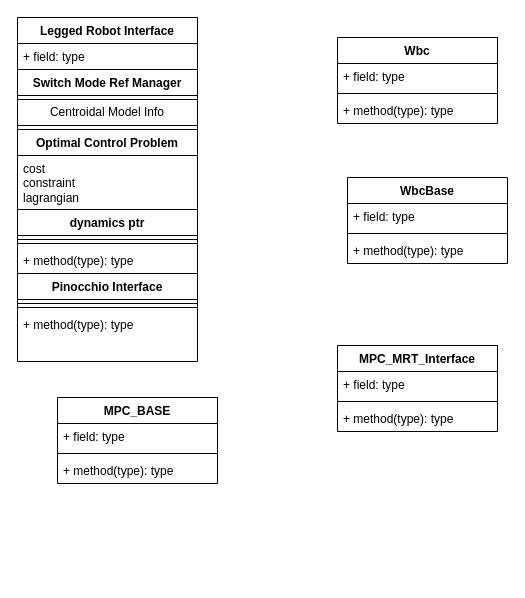
Earlier version of the draw.io diagram page "FSM_OCS2_LOCO" (6 of 6) of legged_software_low_level.drawio (BigBillZhao/legged_drawio). Source tidied: cells renumbered, new cells numbered last; positions are measured from the earlier drawing's top-left corner, leaving out a move shared by most shapes. Both pictures are drawn from the tidied source at 100%, with x=0, y=0 at pixel (17, 17).
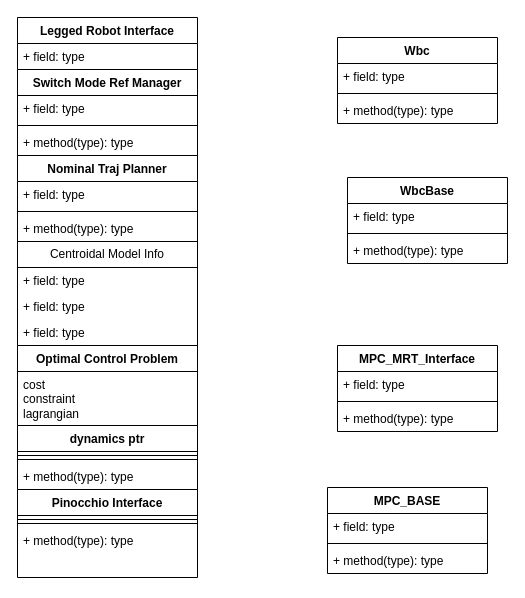
Above is the later version.

What changed in the source:
```diff
@@
     <mxCell id="2" value="Legged Robot Interface" style="swimlane;fontStyle=1;align=center;verticalAlign=top;horizontal=1;startSize=26;whiteSpace=wrap;html=1;" parent="1" vertex="1">
-      <mxGeometry width="180" height="344" as="geometry" />
+      <mxGeometry width="180" height="560" as="geometry" />
     </mxCell>
@@
-    <mxCell id="4" value="Switch Mode Ref Manager" style="swimlane;fontStyle=1;align=center;verticalAlign=top;horizontal=1;startSize=26;whiteSpace=wrap;html=1;" parent="2" vertex="1" collapsed="1">
-      <mxGeometry y="52" width="180" height="30" as="geometry" />
+    <mxCell id="4" value="Switch Mode Ref Manager" style="swimlane;fontStyle=1;align=center;verticalAlign=top;horizontal=1;startSize=26;whiteSpace=wrap;html=1;" parent="2" vertex="1">
+      <mxGeometry y="52" width="180" height="172" as="geometry" />
     </mxCell>
+    <mxCell id="30" value="+ field: type" style="text;strokeColor=none;fillColor=none;align=left;verticalAlign=top;spacingLeft=4;spacingRight=4;overflow=hidden;whiteSpace=wrap;html=1;" parent="4" vertex="1">
+      <mxGeometry y="26" width="180" height="26" as="geometry" />
+    </mxCell>
+    <mxCell id="31" style="line;strokeWidth=1;fillColor=none;align=left;verticalAlign=middle;spacingTop=-1;spacingLeft=3;spacingRight=3;labelPosition=right;strokeColor=inherit;" parent="4" vertex="1">
+      <mxGeometry y="52" width="180" height="8" as="geometry" />
+    </mxCell>
+    <mxCell id="32" value="+ method(type): type" style="text;strokeColor=none;fillColor=none;align=left;verticalAlign=top;spacingLeft=4;spacingRight=4;overflow=hidden;whiteSpace=wrap;html=1;" parent="4" vertex="1">
+      <mxGeometry y="60" width="180" height="26" as="geometry" />
+    </mxCell>
+    <mxCell id="33" value="Nominal Traj Planner" style="swimlane;fontStyle=1;align=center;verticalAlign=top;horizontal=1;startSize=26;whiteSpace=wrap;html=1;" parent="4" vertex="1">
+      <mxGeometry y="86" width="180" height="86" as="geometry" />
+    </mxCell>
+    <mxCell id="34" value="+ field: type" style="text;strokeColor=none;fillColor=none;align=left;verticalAlign=top;spacingLeft=4;spacingRight=4;overflow=hidden;whiteSpace=wrap;html=1;" parent="33" vertex="1">
+      <mxGeometry y="26" width="180" height="26" as="geometry" />
+    </mxCell>
+    <mxCell id="35" style="line;strokeWidth=1;fillColor=none;align=left;verticalAlign=middle;spacingTop=-1;spacingLeft=3;spacingRight=3;labelPosition=right;strokeColor=inherit;" parent="33" vertex="1">
+      <mxGeometry y="52" width="180" height="8" as="geometry" />
+    </mxCell>
+    <mxCell id="36" value="+ method(type): type" style="text;strokeColor=none;fillColor=none;align=left;verticalAlign=top;spacingLeft=4;spacingRight=4;overflow=hidden;whiteSpace=wrap;html=1;" parent="33" vertex="1">
+      <mxGeometry y="60" width="180" height="26" as="geometry" />
+    </mxCell>
-    <mxCell id="5" value="Centroidal Model Info" style="swimlane;fontStyle=0;horizontal=1;startSize=26;fillColor=none;whiteSpace=wrap;html=1;" parent="2" vertex="1" collapsed="1">
-      <mxGeometry y="82" width="180" height="30" as="geometry" />
+    <mxCell id="5" value="Centroidal Model Info" style="swimlane;fontStyle=0;horizontal=1;startSize=26;fillColor=none;whiteSpace=wrap;html=1;" parent="2" vertex="1">
+      <mxGeometry y="224" width="180" height="104" as="geometry" />
     </mxCell>
+    <mxCell id="37" value="+ field: type" style="text;strokeColor=none;fillColor=none;align=left;verticalAlign=top;spacingLeft=4;spacingRight=4;overflow=hidden;whiteSpace=wrap;html=1;" parent="5" vertex="1">
+      <mxGeometry y="26" width="180" height="26" as="geometry" />
+    </mxCell>
+    <mxCell id="38" value="+ field: type" style="text;strokeColor=none;fillColor=none;align=left;verticalAlign=top;spacingLeft=4;spacingRight=4;overflow=hidden;whiteSpace=wrap;html=1;" parent="5" vertex="1">
+      <mxGeometry y="52" width="180" height="26" as="geometry" />
+    </mxCell>
+    <mxCell id="39" value="+ field: type" style="text;strokeColor=none;fillColor=none;align=left;verticalAlign=top;spacingLeft=4;spacingRight=4;overflow=hidden;whiteSpace=wrap;html=1;" parent="5" vertex="1">
+      <mxGeometry y="78" width="180" height="26" as="geometry" />
+    </mxCell>
     <mxCell id="6" value="Optimal Control Problem" style="swimlane;fontStyle=1;align=center;verticalAlign=top;horizontal=1;startSize=26;whiteSpace=wrap;html=1;" parent="2" vertex="1">
-      <mxGeometry y="112" width="180" height="144" as="geometry" />
+      <mxGeometry y="328" width="180" height="144" as="geometry" />
     </mxCell>
@@
     <mxCell id="11" value="Pinocchio Interface" style="swimlane;fontStyle=1;align=center;verticalAlign=top;horizontal=1;startSize=26;whiteSpace=wrap;html=1;" parent="2" vertex="1" collapsed="1">
-      <mxGeometry y="256" width="180" height="30" as="geometry" />
+      <mxGeometry y="472" width="180" height="30" as="geometry" />
     </mxCell>
     <mxCell id="12" style="line;strokeWidth=1;fillColor=none;align=left;verticalAlign=middle;spacingTop=-1;spacingLeft=3;spacingRight=3;labelPosition=right;strokeColor=inherit;" parent="2" vertex="1">
-      <mxGeometry y="286" width="180" height="8" as="geometry" />
+      <mxGeometry y="502" width="180" height="8" as="geometry" />
     </mxCell>
     <mxCell id="13" value="+ method(type): type" style="text;strokeColor=none;fillColor=none;align=left;verticalAlign=top;spacingLeft=4;spacingRight=4;overflow=hidden;whiteSpace=wrap;html=1;" parent="2" vertex="1">
-      <mxGeometry y="294" width="180" height="50" as="geometry" />
+      <mxGeometry y="510" width="180" height="50" as="geometry" />
     </mxCell>
@@
     <mxCell id="22" value="MPC_BASE" style="swimlane;fontStyle=1;align=center;verticalAlign=top;horizontal=1;startSize=26;whiteSpace=wrap;html=1;" parent="1" vertex="1">
-      <mxGeometry x="40" y="380" width="160" height="86" as="geometry" />
+      <mxGeometry x="310" y="470" width="160" height="86" as="geometry" />
     </mxCell>
```
